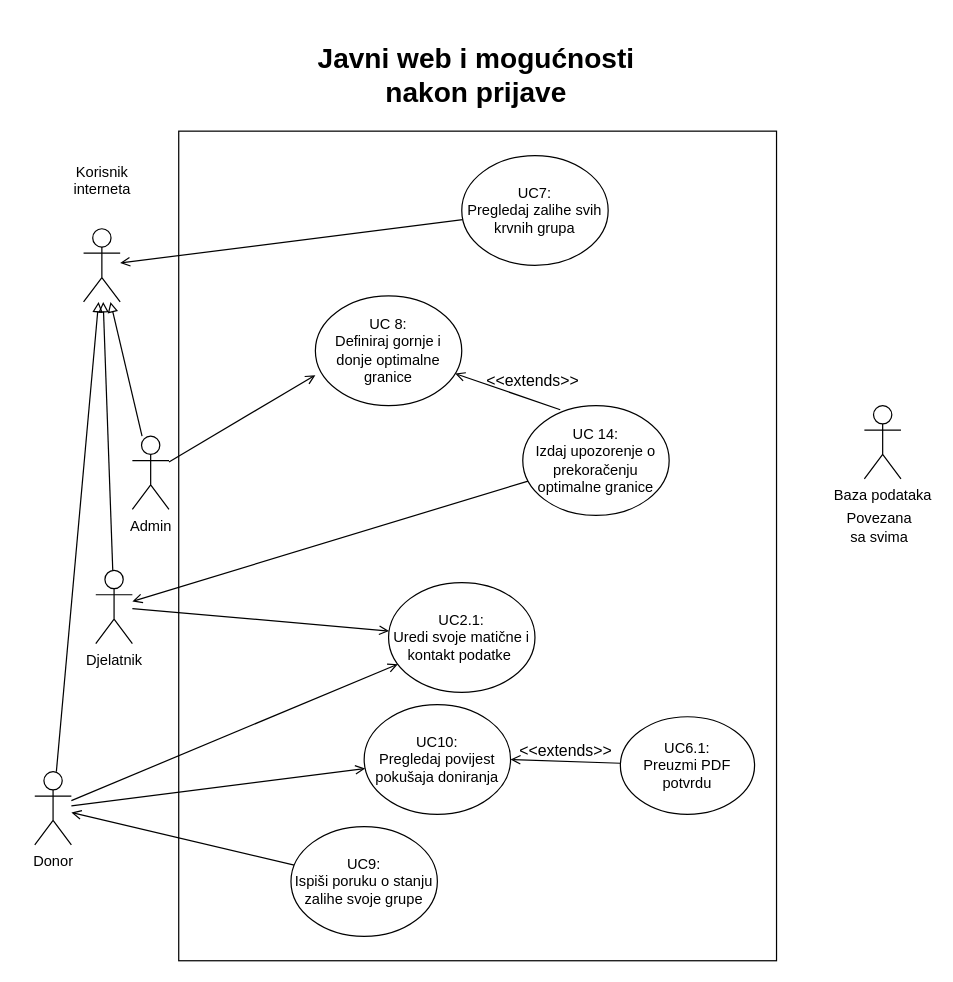
The draw.io diagram page "5 - javni web i mogućnosti nakon prijave" (5 of 6) of Dokumentacija/Use cases/Use Cases.drawio in ToniIvankovic/TrueBlood, before the edit. Source tidied: cells renumbered, new cells numbered last; positions are measured from the earlier drawing's top-left corner, leaving out a move shared by most shapes. Both pictures are drawn from the tidied source at 122%, with x=0, y=0 at pixel (34, 21).
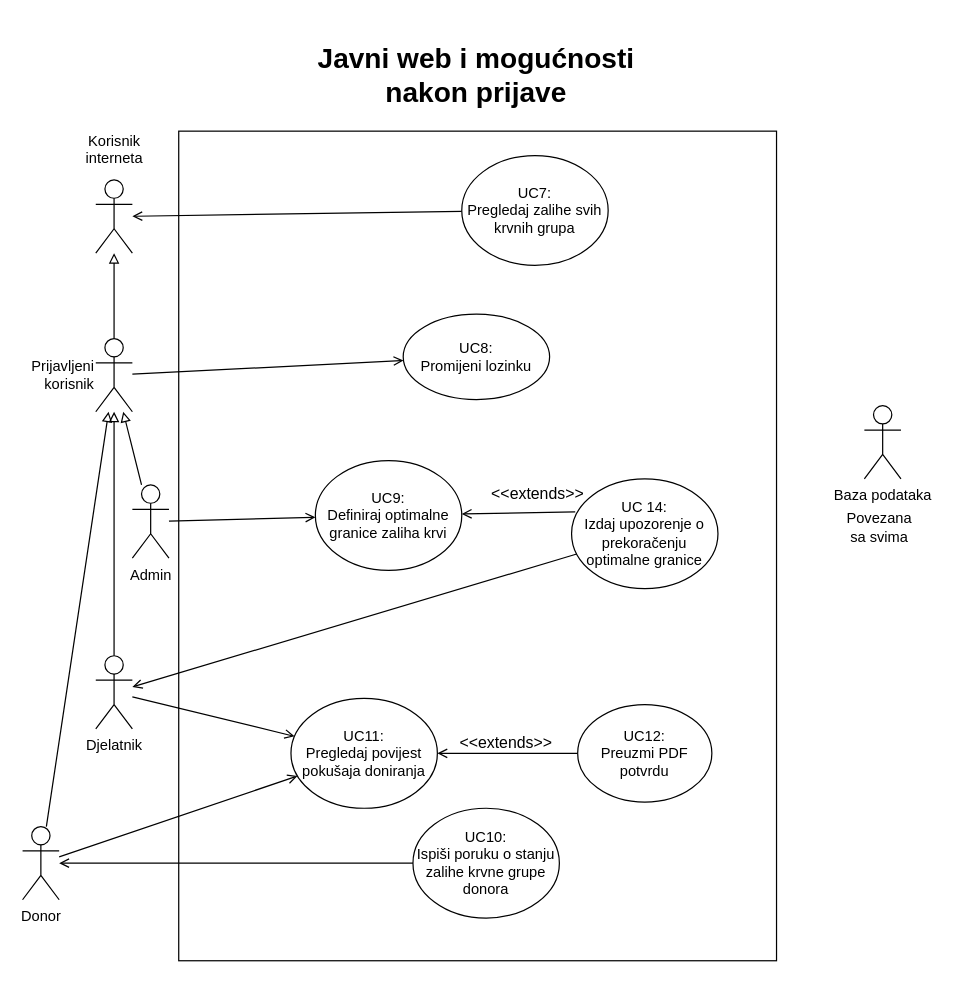
The same diagram, later.

The change refers to these unchanged cells:
```xml
<mxCell id="5" value="UC7:&lt;br&gt;Pregledaj zalihe svih krvnih grupa" style="ellipse;whiteSpace=wrap;html=1;" parent="1" vertex="1">
  <mxGeometry x="350" y="110" width="120" height="90" as="geometry" />
</mxCell>
```

Diff of the diagram source:
```diff
@@
-    <mxCell id="3" value="UC 8:&lt;br&gt;Definiraj gornje i donje optimalne granice" style="ellipse;whiteSpace=wrap;html=1;" parent="1" vertex="1">
-      <mxGeometry x="230" y="225" width="120" height="90" as="geometry" />
+    <mxCell id="3" value="UC9:&lt;br&gt;Definiraj optimalne granice zaliha krvi" style="ellipse;whiteSpace=wrap;html=1;" parent="1" vertex="1">
+      <mxGeometry x="230" y="360" width="120" height="90" as="geometry" />
     </mxCell>
-    <mxCell id="4" style="edgeStyle=none;rounded=0;jettySize=auto;html=1;endArrow=open;endFill=0;fontSize=23;" parent="1" edge="1" source="5" target="10">
+    <mxCell id="4" style="edgeStyle=none;rounded=0;jettySize=auto;html=1;endArrow=open;endFill=0;fontSize=23;" parent="1" edge="1" source="5" target="33">
       <mxGeometry relative="1" as="geometry" />
     </mxCell>
@@
-    <mxCell id="6" style="edgeStyle=none;rounded=0;jettySize=auto;html=1;entryX=0;entryY=0.722;entryDx=0;entryDy=0;endArrow=open;endFill=0;fontSize=23;entryPerimeter=0;" parent="1" edge="1" source="8" target="3">
+    <mxCell id="6" style="edgeStyle=none;rounded=0;jettySize=auto;html=1;endArrow=open;endFill=0;fontSize=23;" parent="1" edge="1" source="8" target="3">
       <mxGeometry relative="1" as="geometry" />
     </mxCell>
@@
     <mxCell id="8" value="Admin" style="shape=umlActor;verticalLabelPosition=bottom;verticalAlign=top;html=1;outlineConnect=0;" parent="1" vertex="1">
-      <mxGeometry x="80" y="340" width="30" height="60" as="geometry" />
+      <mxGeometry x="80" y="380" width="30" height="60" as="geometry" />
     </mxCell>
@@
+    <mxCell id="29" style="edgeStyle=none;rounded=0;jettySize=auto;html=1;endArrow=block;endFill=0;" parent="1" edge="1" source="10" target="33">
+      <mxGeometry relative="1" as="geometry" />
+    </mxCell>
+    <mxCell id="30" style="edgeStyle=none;rounded=0;jettySize=auto;html=1;endArrow=open;endFill=0;" parent="1" edge="1" source="10" target="32">
+      <mxGeometry relative="1" as="geometry" />
+    </mxCell>
-    <mxCell id="10" value="Korisnik&lt;br&gt;interneta" style="shape=umlActor;verticalLabelPosition=top;verticalAlign=top;html=1;outlineConnect=0;" parent="1" vertex="1">
-      <mxGeometry x="40" y="170" width="30" height="60" as="geometry" />
+    <mxCell id="10" value="Prijavljeni &lt;br&gt;korisnik" style="shape=umlActor;verticalLabelPosition=middle;verticalAlign=middle;html=1;outlineConnect=0;labelPosition=left;align=right;" parent="1" vertex="1">
+      <mxGeometry x="50" y="260" width="30" height="60" as="geometry" />
     </mxCell>
-    <mxCell id="11" style="edgeStyle=none;rounded=0;jettySize=auto;html=1;endArrow=open;endFill=0;fontSize=23;" parent="1" edge="1" source="14" target="19">
-      <mxGeometry relative="1" as="geometry" />
-    </mxCell>
@@
     <mxCell id="14" value="Donor" style="shape=umlActor;verticalLabelPosition=bottom;verticalAlign=top;html=1;outlineConnect=0;" parent="1" vertex="1">
-      <mxGeometry y="615" width="30" height="60" as="geometry" />
+      <mxGeometry x="-10" y="660" width="30" height="60" as="geometry" />
     </mxCell>
@@
-    <mxCell id="18" value="UC9:&lt;br&gt;Ispiši poruku o stanju zalihe svoje grupe" style="ellipse;whiteSpace=wrap;html=1;" parent="1" vertex="1">
-      <mxGeometry x="210" y="660" width="120" height="90" as="geometry" />
+    <mxCell id="18" value="UC10:&lt;br&gt;Ispiši poruku o stanju zalihe krvne grupe donora" style="ellipse;whiteSpace=wrap;html=1;" parent="1" vertex="1">
+      <mxGeometry x="310" y="645" width="120" height="90" as="geometry" />
     </mxCell>
-    <mxCell id="19" value="UC2.1:&lt;br&gt;Uredi svoje matične i kontakt podatke&amp;nbsp;" style="ellipse;whiteSpace=wrap;html=1;" parent="1" vertex="1">
-      <mxGeometry x="290" y="460" width="120" height="90" as="geometry" />
-    </mxCell>
-    <mxCell id="20" value="UC10:&lt;br&gt;Pregledaj povijest pokušaja doniranja" style="ellipse;whiteSpace=wrap;html=1;" parent="1" vertex="1">
-      <mxGeometry x="270" y="560" width="120" height="90" as="geometry" />
+    <mxCell id="20" value="UC11:&lt;br&gt;Pregledaj povijest pokušaja doniranja" style="ellipse;whiteSpace=wrap;html=1;" parent="1" vertex="1">
+      <mxGeometry x="210" y="555" width="120" height="90" as="geometry" />
     </mxCell>
@@
-    <mxCell id="22" value="UC6.1:&lt;br&gt;Preuzmi PDF potvrdu" style="ellipse;whiteSpace=wrap;html=1;" parent="1" vertex="1">
-      <mxGeometry x="480" y="570" width="110" height="80" as="geometry" />
+    <mxCell id="22" value="UC12:&lt;br&gt;Preuzmi PDF potvrdu" style="ellipse;whiteSpace=wrap;html=1;" parent="1" vertex="1">
+      <mxGeometry x="445" y="560" width="110" height="80" as="geometry" />
     </mxCell>
-    <mxCell id="23" style="edgeStyle=none;rounded=0;jettySize=auto;html=1;endArrow=open;endFill=0;fontSize=23;" parent="1" edge="1" source="25" target="19">
-      <mxGeometry relative="1" as="geometry" />
-    </mxCell>
@@
+    <mxCell id="31" style="edgeStyle=none;rounded=0;jettySize=auto;html=1;startArrow=none;startFill=0;endArrow=open;endFill=0;" parent="1" edge="1" source="25" target="20">
+      <mxGeometry relative="1" as="geometry" />
+    </mxCell>
     <mxCell id="25" value="Djelatnik" style="shape=umlActor;verticalLabelPosition=bottom;verticalAlign=top;html=1;outlineConnect=0;" parent="1" vertex="1">
-      <mxGeometry x="50" y="450" width="30" height="60" as="geometry" />
+      <mxGeometry x="50" y="520" width="30" height="60" as="geometry" />
     </mxCell>
@@
     <mxCell id="27" value="UC 14:&lt;br&gt;Izdaj upozorenje o prekoračenju optimalne granice" style="ellipse;whiteSpace=wrap;html=1;" parent="1" vertex="1">
-      <mxGeometry x="400" y="315" width="120" height="90" as="geometry" />
+      <mxGeometry x="440" y="375" width="120" height="90" as="geometry" />
     </mxCell>
-    <mxCell id="28" value="&lt;font style=&quot;font-size: 13px&quot;&gt;&amp;lt;&amp;lt;extends&amp;gt;&amp;gt;&lt;/font&gt;" style="edgeStyle=none;rounded=0;jettySize=auto;html=1;endArrow=open;endFill=0;fontSize=23;jumpStyle=none;labelBackgroundColor=none;exitX=0.256;exitY=0.037;exitDx=0;exitDy=0;exitPerimeter=0;" parent="1" edge="1" source="27" target="3">
+    <mxCell id="28" value="&lt;font style=&quot;font-size: 13px&quot;&gt;&amp;lt;&amp;lt;extends&amp;gt;&amp;gt;&lt;/font&gt;" style="edgeStyle=none;rounded=0;jettySize=auto;html=1;endArrow=open;endFill=0;fontSize=23;jumpStyle=none;labelBackgroundColor=none;exitX=0.025;exitY=0.3;exitDx=0;exitDy=0;exitPerimeter=0;" parent="1" edge="1" source="27" target="3">
       <mxGeometry x="-0.34" y="-18" relative="1" as="geometry">
         <mxPoint y="-1" as="offset" />
       </mxGeometry>
     </mxCell>
+    <mxCell id="32" value="UC8:&lt;br&gt;Promijeni lozinku" style="ellipse;whiteSpace=wrap;html=1;" parent="1" vertex="1">
+      <mxGeometry x="302" y="240" width="120" height="70" as="geometry" />
+    </mxCell>
+    <mxCell id="33" value="Korisnik&lt;br&gt;interneta" style="shape=umlActor;verticalLabelPosition=top;verticalAlign=top;html=1;outlineConnect=0;spacingTop=15;" parent="1" vertex="1">
+      <mxGeometry x="50" y="130" width="30" height="60" as="geometry" />
+    </mxCell>
```
